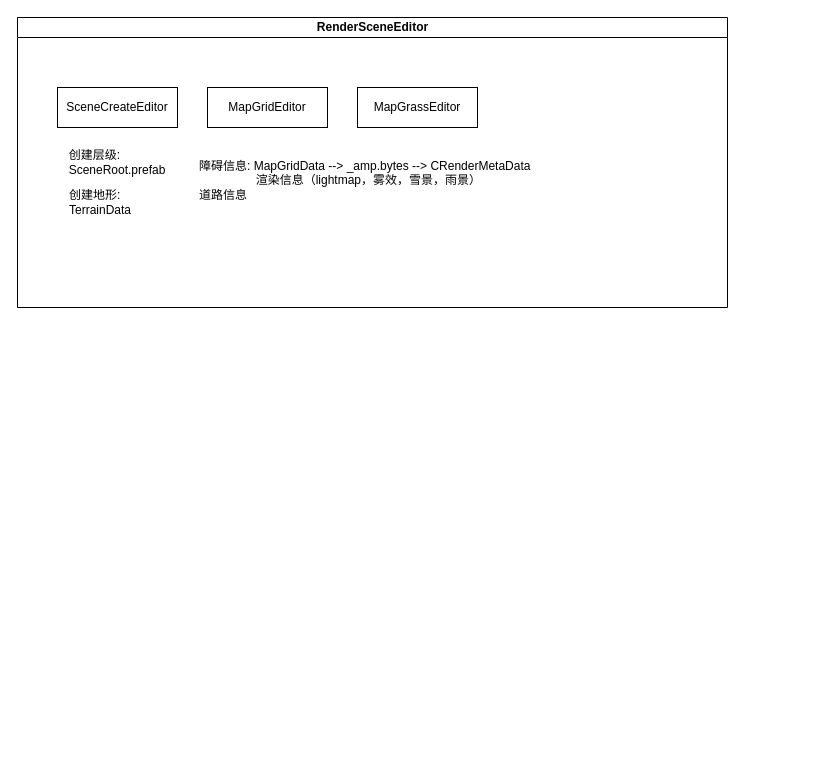
Above: Untitled Diagram.drawio in Dixmanion/SNOWTH (draw.io), before the change. Source tidied: cells renumbered, new cells numbered last; positions are measured from the earlier drawing's top-left corner, leaving out a move shared by most shapes. Both pictures are drawn from the tidied source at 100%, with x=0, y=0 at pixel (17, 17).
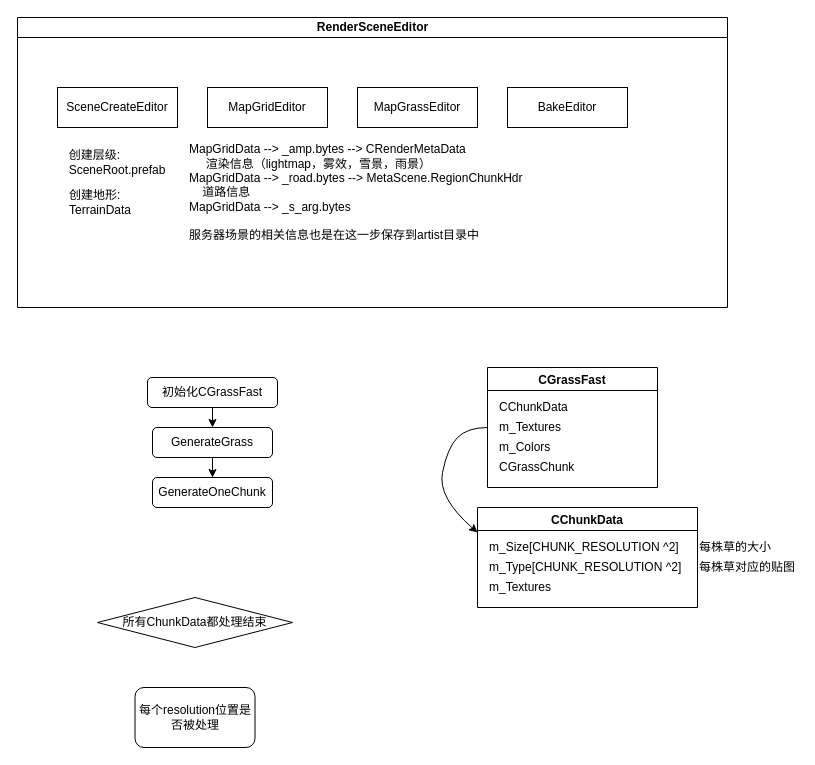
The same diagram, later.

The change refers to these unchanged cells:
```xml
<mxCell id="2" value="RenderSceneEditor" style="swimlane;html=1;startSize=20;horizontal=1;containerType=tree;glass=0;" parent="1" vertex="1">
  <mxGeometry width="710" height="290" as="geometry" />
</mxCell>
```

Change to the diagram source:
```diff
@@
-    <mxCell id="7" value="障碍信息:&amp;nbsp;MapGridData --&amp;gt;&amp;nbsp;_amp.bytes --&amp;gt;&amp;nbsp;CRenderMetaData&lt;br&gt;&amp;nbsp; &amp;nbsp; &amp;nbsp; &amp;nbsp; &amp;nbsp; &amp;nbsp; &amp;nbsp; &amp;nbsp; &amp;nbsp;渲染信息（lightmap，雾效，雪景，雨景）&lt;br&gt;道路信息" style="text;html=1;strokeColor=none;fillColor=none;align=left;verticalAlign=middle;whiteSpace=wrap;rounded=0;" parent="2" vertex="1">
-      <mxGeometry x="180" y="120" width="350" height="85" as="geometry" />
+    <mxCell id="7" value="MapGridData --&amp;gt;&amp;nbsp;_amp.bytes --&amp;gt;&amp;nbsp;CRenderMetaData&lt;br&gt;&amp;nbsp; &amp;nbsp; &amp;nbsp;渲染信息（lightmap，雾效，雪景，雨景）&lt;br&gt;MapGridData --&amp;gt; _road.bytes --&amp;gt;&amp;nbsp;MetaScene.RegionChunkHdr&lt;br&gt;&amp;nbsp; &amp;nbsp; 道路信息&lt;br&gt;MapGridData --&amp;gt; _s_arg.bytes&lt;br&gt;&lt;br&gt;服务器场景的相关信息也是在这一步保存到artist目录中" style="text;html=1;strokeColor=none;fillColor=none;align=left;verticalAlign=middle;whiteSpace=wrap;rounded=0;" parent="2" vertex="1">
+      <mxGeometry x="170" y="110" width="400" height="130" as="geometry" />
     </mxCell>
@@
+    <mxCell id="9" value="BakeEditor" style="rounded=0;whiteSpace=wrap;html=1;" parent="2" vertex="1">
+      <mxGeometry x="490" y="70" width="120" height="40" as="geometry" />
+    </mxCell>
+    <mxCell id="10" value="CGrassFast" style="swimlane;align=center;" parent="1" vertex="1">
+      <mxGeometry x="470" y="350" width="170" height="120" as="geometry" />
+    </mxCell>
+    <mxCell id="11" value="CChunkData" style="text;html=1;align=left;verticalAlign=middle;" parent="10" vertex="1">
+      <mxGeometry x="10" y="30" width="80" height="20" as="geometry" />
+    </mxCell>
+    <mxCell id="12" value="m_Textures" style="text;html=1;align=left;verticalAlign=middle;" parent="10" vertex="1">
+      <mxGeometry x="10" y="50" width="80" height="20" as="geometry" />
+    </mxCell>
+    <mxCell id="13" value="m_Colors" style="text;html=1;align=left;verticalAlign=middle;" parent="10" vertex="1">
+      <mxGeometry x="10" y="70" width="70" height="20" as="geometry" />
+    </mxCell>
+    <mxCell id="14" value="CGrassChunk" style="text;html=1;align=left;verticalAlign=middle;" parent="10" vertex="1">
+      <mxGeometry x="10" y="90" width="90" height="20" as="geometry" />
+    </mxCell>
+    <mxCell id="15" value="初始化CGrassFast" style="rounded=1;whiteSpace=wrap;html=1;align=center;" parent="1" vertex="1">
+      <mxGeometry x="130" y="360" width="130" height="30" as="geometry" />
+    </mxCell>
+    <mxCell id="16" value="CChunkData" style="swimlane;align=center;startSize=23;" parent="1" vertex="1">
+      <mxGeometry x="460" y="490" width="220" height="100" as="geometry" />
+    </mxCell>
+    <mxCell id="17" value="m_Size[CHUNK_RESOLUTION ^2]" style="text;html=1;align=left;verticalAlign=middle;" parent="16" vertex="1">
+      <mxGeometry x="10" y="30" width="210" height="20" as="geometry" />
+    </mxCell>
+    <mxCell id="18" value="m_Type[CHUNK_RESOLUTION ^2]" style="text;html=1;align=left;verticalAlign=middle;" parent="16" vertex="1">
+      <mxGeometry x="10" y="50" width="210" height="20" as="geometry" />
+    </mxCell>
+    <mxCell id="19" value="m_Textures" style="text;html=1;align=left;verticalAlign=middle;" parent="16" vertex="1">
+      <mxGeometry x="10" y="70" width="80" height="20" as="geometry" />
+    </mxCell>
+    <mxCell id="20" style="curved=1;endArrow=classic;html=1;entryX=0;entryY=0.25;entryDx=0;entryDy=0;" parent="1" edge="1" target="16">
+      <mxGeometry relative="1" as="geometry">
+        <mxPoint x="470" y="410" as="sourcePoint" />
+        <Array as="points">
+          <mxPoint x="450" y="410" />
+          <mxPoint x="430" y="430" />
+          <mxPoint x="420" y="480" />
+        </Array>
+      </mxGeometry>
+    </mxCell>
+    <mxCell id="21" value="每株草的大小" style="text;html=1;strokeColor=none;fillColor=none;align=left;verticalAlign=middle;whiteSpace=wrap;rounded=0;" parent="1" vertex="1">
+      <mxGeometry x="680" y="520" width="90" height="20" as="geometry" />
+    </mxCell>
+    <mxCell id="22" value="每株草对应的贴图" style="text;html=1;strokeColor=none;fillColor=none;align=center;verticalAlign=middle;whiteSpace=wrap;rounded=0;" parent="1" vertex="1">
+      <mxGeometry x="680" y="540" width="100" height="20" as="geometry" />
+    </mxCell>
+    <mxCell id="23" value="所有ChunkData都处理结束" style="rhombus;whiteSpace=wrap;html=1;align=center;" parent="1" vertex="1">
+      <mxGeometry x="80" y="580" width="195" height="50" as="geometry" />
+    </mxCell>
+    <mxCell id="24" value="每个resolution位置是否被处理" style="rounded=1;whiteSpace=wrap;html=1;align=center;" parent="1" vertex="1">
+      <mxGeometry x="117.5" y="670" width="120" height="60" as="geometry" />
+    </mxCell>
+    <mxCell id="25" style="edgeStyle=orthogonalEdgeStyle;rounded=0;jettySize=auto;html=1;exitX=0.5;exitY=1;exitDx=0;exitDy=0;" parent="1" edge="1" source="26" target="28">
+      <mxGeometry relative="1" as="geometry" />
+    </mxCell>
+    <mxCell id="26" value="GenerateGrass" style="rounded=1;whiteSpace=wrap;html=1;align=center;" parent="1" vertex="1">
+      <mxGeometry x="135" y="410" width="120" height="30" as="geometry" />
+    </mxCell>
+    <mxCell id="27" style="endArrow=classic;html=1;exitX=0.5;exitY=1;exitDx=0;exitDy=0;" parent="1" edge="1" source="15" target="26">
+      <mxGeometry relative="1" as="geometry" />
+    </mxCell>
+    <mxCell id="28" value="GenerateOneChunk" style="rounded=1;whiteSpace=wrap;html=1;align=center;" parent="1" vertex="1">
+      <mxGeometry x="135" y="460" width="120" height="30" as="geometry" />
+    </mxCell>
```
